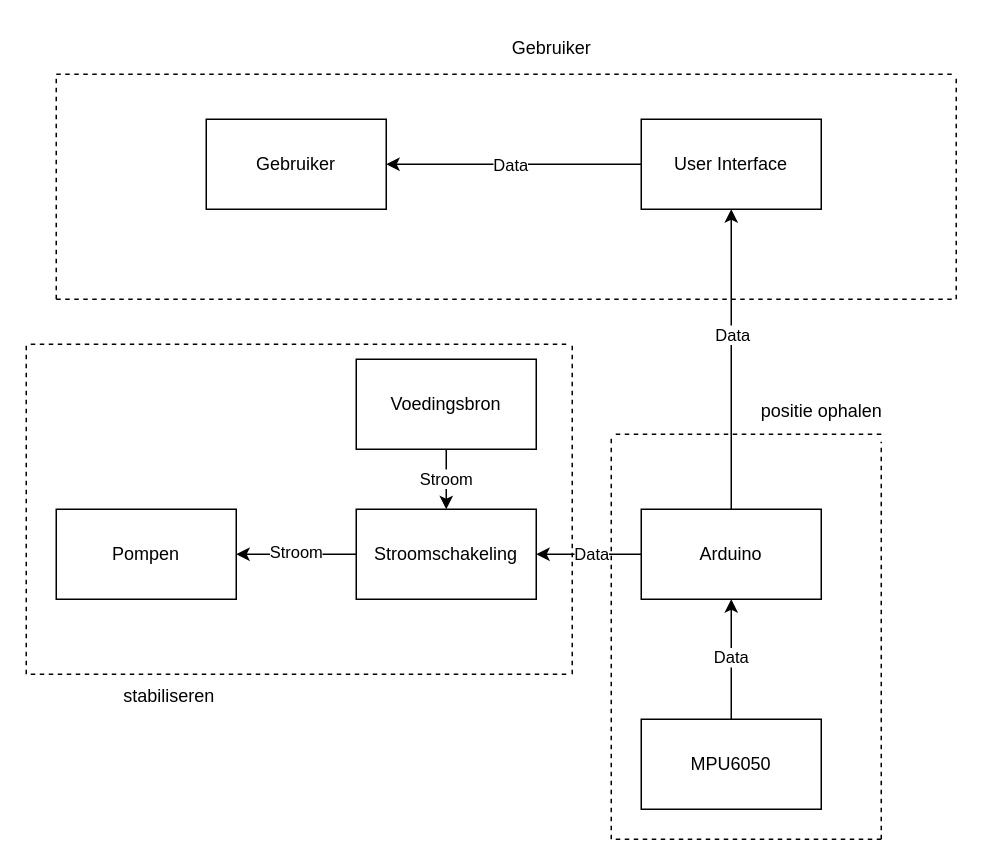
Above: Opleverset/Ontwerpen/Systeemarchitectuur ontwerp.drawio in Matthijs-Hart/Project-5-6---Floating-Farm (draw.io), before the change. Source tidied: cells renumbered, new cells numbered last; positions are measured from the earlier drawing's top-left corner, leaving out a move shared by most shapes. Both pictures are drawn from the tidied source at 150%, with x=0, y=0 at pixel (26, 26).
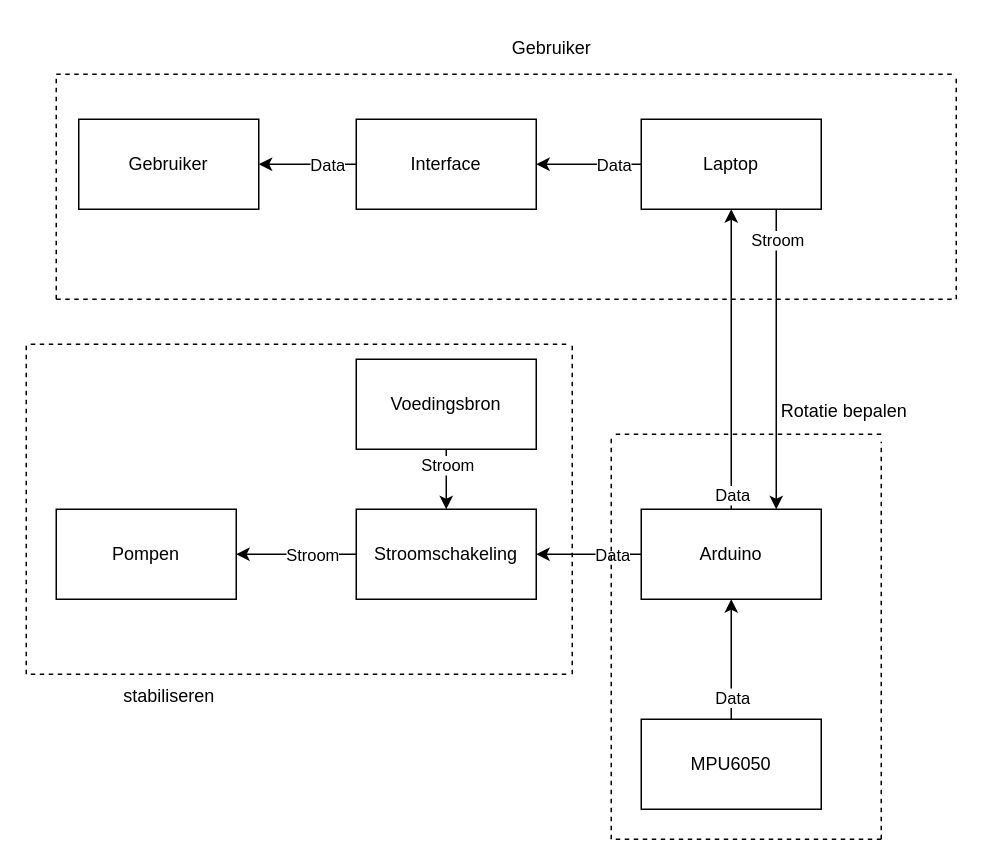
The same diagram, later.

Commit message (it also covers changes not shown here):
kleine aanpassing Systeemarchitectuur

Unchanged cells that the change refers to:
```xml
<mxCell id="3" style="edgeStyle=orthogonalEdgeStyle;rounded=0;jettySize=auto;html=1;" parent="1" edge="1" source="5" target="2">
  <mxGeometry relative="1" as="geometry" />
</mxCell>
<mxCell id="6" style="edgeStyle=orthogonalEdgeStyle;rounded=0;jettySize=auto;html=1;" parent="1" edge="1" source="10" target="14">
  <mxGeometry relative="1" as="geometry" />
</mxCell>
<mxCell id="8" style="edgeStyle=orthogonalEdgeStyle;rounded=0;jettySize=auto;html=1;" parent="1" edge="1" source="10" target="5">
  <mxGeometry relative="1" as="geometry" />
</mxCell>
<mxCell id="10" value="Arduino" style="rounded=0;whiteSpace=wrap;html=1;" parent="1" vertex="1">
  <mxGeometry x="410" y="322" width="120" height="60" as="geometry" />
</mxCell>
<mxCell id="12" style="edgeStyle=orthogonalEdgeStyle;rounded=0;jettySize=auto;html=1;" parent="1" edge="1" source="14" target="11">
  <mxGeometry relative="1" as="geometry" />
</mxCell>
<mxCell id="15" style="edgeStyle=orthogonalEdgeStyle;rounded=0;jettySize=auto;html=1;" parent="1" edge="1" source="17" target="14">
  <mxGeometry relative="1" as="geometry" />
</mxCell>
<mxCell id="23" style="edgeStyle=orthogonalEdgeStyle;rounded=0;jettySize=auto;html=1;" parent="1" edge="1" source="25" target="10">
  <mxGeometry relative="1" as="geometry" />
</mxCell>
```

Change to the diagram source:
```diff
@@
+    <mxCell id="36" style="edgeStyle=orthogonalEdgeStyle;rounded=0;jettySize=auto;html=1;exitX=0;exitY=0.5;exitDx=0;exitDy=0;entryX=1;entryY=0.5;entryDx=0;entryDy=0;" parent="1" edge="1" source="2" target="39">
+      <mxGeometry relative="1" as="geometry" />
+    </mxCell>
-    <mxCell id="2" value="Gebruiker" style="rounded=0;whiteSpace=wrap;html=1;" parent="1" vertex="1">
-      <mxGeometry x="120" y="62" width="120" height="60" as="geometry" />
+    <mxCell id="2" value="Interface" style="rounded=0;whiteSpace=wrap;html=1;" parent="1" vertex="1">
+      <mxGeometry x="220" y="62" width="120" height="60" as="geometry" />
     </mxCell>
@@
     <mxCell id="4" value="Data" style="edgeLabel;html=1;align=center;verticalAlign=middle;" parent="3" vertex="1">
-      <mxGeometry x="0.03" relative="1" as="geometry" />
+      <mxGeometry x="0.03" relative="1" as="geometry">
+        <mxPoint x="17" as="offset" />
+      </mxGeometry>
     </mxCell>
+    <mxCell id="37" style="edgeStyle=orthogonalEdgeStyle;rounded=0;jettySize=auto;html=1;exitX=0.75;exitY=1;exitDx=0;exitDy=0;entryX=0.75;entryY=0;entryDx=0;entryDy=0;" parent="1" edge="1" source="5" target="10">
+      <mxGeometry relative="1" as="geometry" />
+    </mxCell>
-    <mxCell id="5" value="User Interface" style="rounded=0;whiteSpace=wrap;html=1;" parent="1" vertex="1">
+    <mxCell id="5" value="Laptop" style="rounded=0;whiteSpace=wrap;html=1;" parent="1" vertex="1">
       <mxGeometry x="410" y="62" width="120" height="60" as="geometry" />
     </mxCell>
@@
     <mxCell id="7" value="Data" style="edgeLabel;html=1;align=center;verticalAlign=middle;" parent="6" vertex="1">
-      <mxGeometry x="-0.03" y="-1" relative="1" as="geometry" />
+      <mxGeometry x="-0.03" y="-1" relative="1" as="geometry">
+        <mxPoint x="14" y="1" as="offset" />
+      </mxGeometry>
     </mxCell>
@@
     <mxCell id="9" value="Data" style="edgeLabel;html=1;align=center;verticalAlign=middle;" parent="8" vertex="1">
-      <mxGeometry x="0.17" relative="1" as="geometry" />
+      <mxGeometry x="0.17" relative="1" as="geometry">
+        <mxPoint y="107" as="offset" />
+      </mxGeometry>
     </mxCell>
@@
     <mxCell id="13" value="Stroom" style="edgeLabel;html=1;align=center;verticalAlign=middle;" parent="12" vertex="1">
-      <mxGeometry x="0.03" y="-2" relative="1" as="geometry" />
+      <mxGeometry x="0.03" y="-2" relative="1" as="geometry">
+        <mxPoint x="11" y="2" as="offset" />
+      </mxGeometry>
     </mxCell>
@@
     <mxCell id="16" value="Stroom" style="edgeLabel;html=1;align=center;verticalAlign=middle;" parent="15" vertex="1">
-      <mxGeometry x="-0.05" y="-1" relative="1" as="geometry" />
+      <mxGeometry x="-0.05" y="-1" relative="1" as="geometry">
+        <mxPoint x="1" y="-9" as="offset" />
+      </mxGeometry>
     </mxCell>
@@
     <mxCell id="24" value="Data" style="edgeLabel;html=1;align=center;verticalAlign=middle;" parent="23" vertex="1">
-      <mxGeometry x="0.05" y="1" relative="1" as="geometry" />
+      <mxGeometry x="0.05" y="1" relative="1" as="geometry">
+        <mxPoint x="1" y="27" as="offset" />
+      </mxGeometry>
     </mxCell>
@@
-    <mxCell id="30" value="positie ophalen" style="text;html=1;align=center;verticalAlign=middle;strokeColor=none;fillColor=none;" parent="1" vertex="1">
-      <mxGeometry x="480" y="242" width="100" height="30" as="geometry" />
+    <mxCell id="30" value="Rotatie bepalen" style="text;html=1;align=center;verticalAlign=middle;strokeColor=none;fillColor=none;" parent="1" vertex="1">
+      <mxGeometry x="490" y="242" width="110" height="30" as="geometry" />
     </mxCell>
@@
+    <mxCell id="38" value="Stroom" style="edgeLabel;html=1;align=center;verticalAlign=middle;" parent="1" vertex="1">
+      <mxGeometry x="500" y="142" as="geometry" />
+    </mxCell>
+    <mxCell id="39" value="Gebruiker" style="rounded=0;whiteSpace=wrap;html=1;" parent="1" vertex="1">
+      <mxGeometry x="35" y="62" width="120" height="60" as="geometry" />
+    </mxCell>
+    <mxCell id="40" value="Data" style="edgeLabel;html=1;align=center;verticalAlign=middle;" parent="1" vertex="1">
+      <mxGeometry x="200" y="92" as="geometry" />
+    </mxCell>
```
